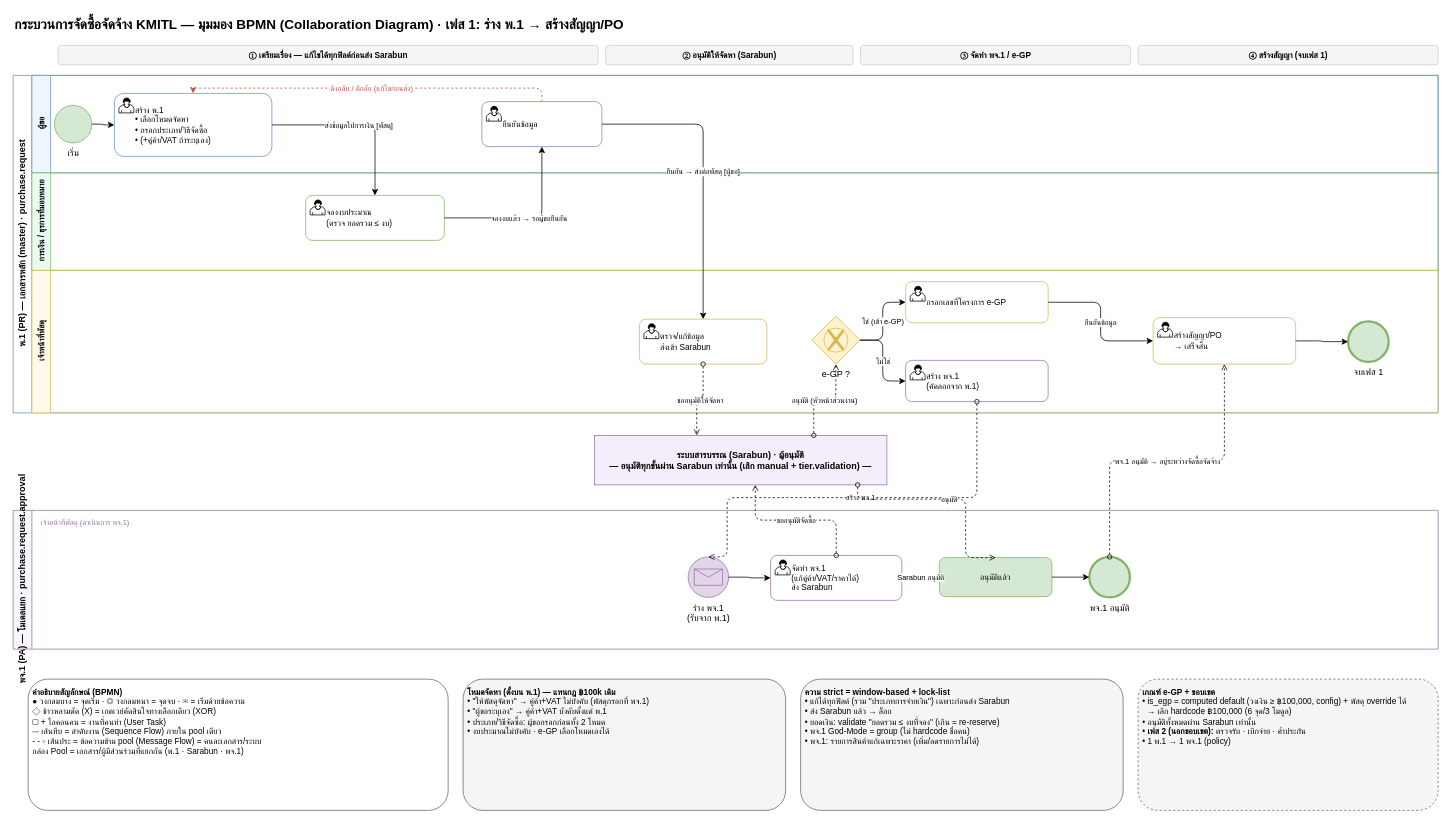
The draw.io diagram docs/adr/purchase-workflow-bpmn.drawio in Aginix/kmitl, before the edit. Source tidied: cells renumbered, new cells numbered last; positions are measured from the earlier drawing's top-left corner, leaving out a move shared by most shapes. Both pictures are drawn from the tidied source at 75%, with x=0, y=0 at pixel (13, 13).
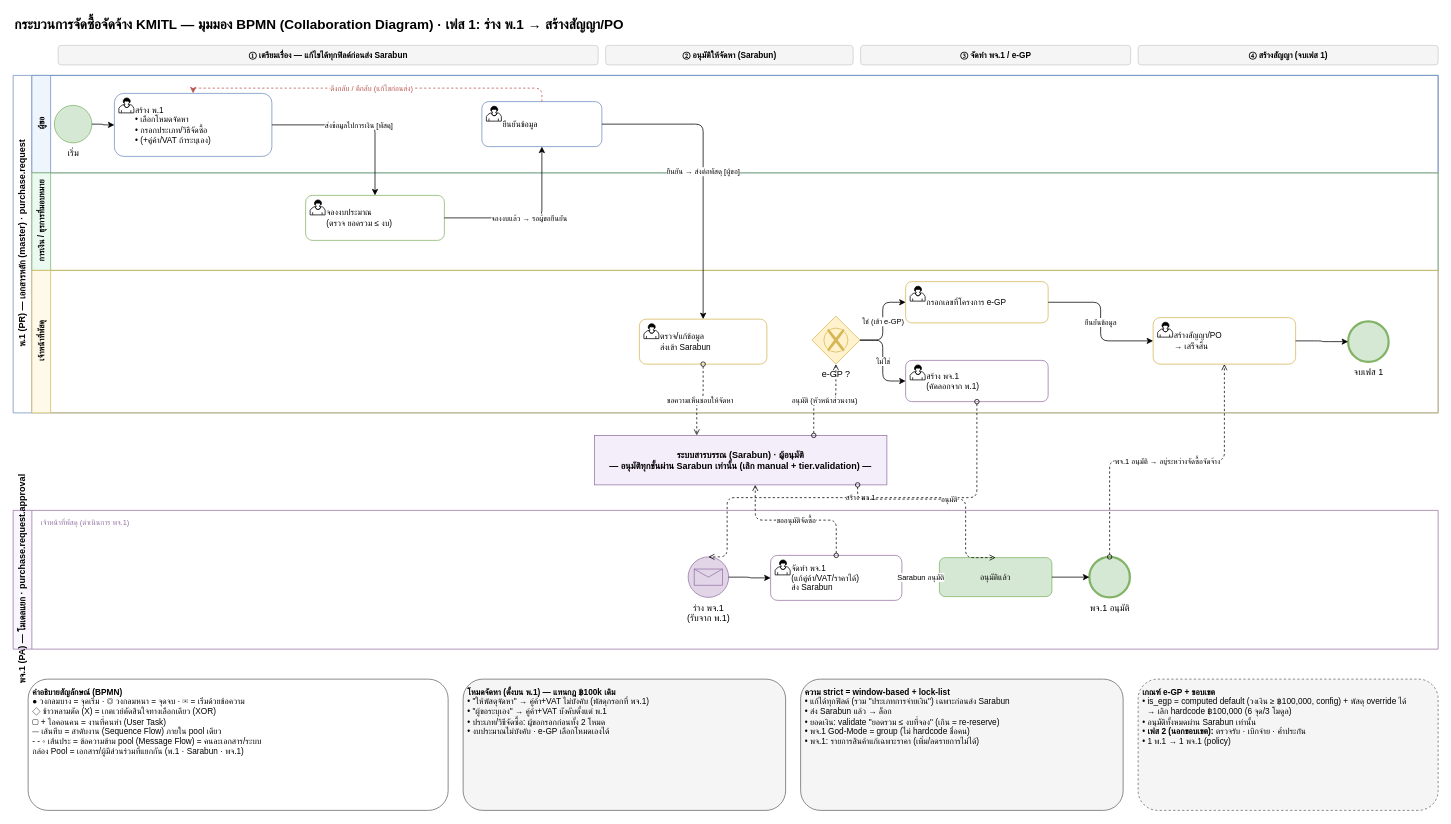
After the change.

Commit message:
[IMP] docs: ปรับข้อความ BPMN จัดซื้อ เป็น "ขอความเห็นชอบให้จัดหา"

เปลี่ยน label ของ message flow จาก พ.1 ไปยัง Sarabun จาก "ขออนุมัติให้จัดหา"
เป็น "ขอความเห็นชอบให้จัดหา"

ส่วนที่เหลือของ diff เป็นการจัดรูปแบบไฟล์ใหม่จากแอป draw.io (ลำดับ attribute,
ระยะย่อหน้า, viewport) ไม่มีการเปลี่ยนแปลงเนื้อหาไดอะแกรม

Unchanged cells that the change refers to:
```xml
<mxCell id="18" value="ตรวจ/แก้ข้อมูล&#10;ส่งเข้า Sarabun" style="rounded=1;whiteSpace=wrap;html=1;fillColor=#ffffff;strokeColor=#d6b656;fontSize=11;align=left;spacingLeft=26;" parent="17" vertex="1">
  <mxGeometry x="810" y="65" width="170" height="60" as="geometry" />
</mxCell>
<mxCell id="28" value="ระบบสารบรรณ (Sarabun) · ผู้อนุมัติ&#10;— อนุมัติทุกขั้นผ่าน Sarabun เท่านั้น (เลิก manual + tier.validation) —" style="rounded=0;whiteSpace=wrap;html=1;fillColor=#f4eefb;strokeColor=#9673a6;fontStyle=1;fontSize=12;verticalAlign=middle;" parent="1" vertex="1">
  <mxGeometry x="775" y="563" width="390" height="66" as="geometry" />
</mxCell>
```

What changed in the source:
```diff
@@
-    <mxCell id="48" value="ขออนุมัติให้จัดหา" style="edgeStyle=orthogonalEdgeStyle;html=1;fontSize=10;dashed=1;startArrow=oval;startFill=0;endArrow=open;endFill=0;exitX=0.5;exitY=1;exitDx=0;exitDy=0;entryX=0.35;entryY=0;entryDx=0;entryDy=0;" parent="1" edge="1" source="18" target="28">
+    <mxCell id="48" value="ขอความเห็นชอบให้จัดหา" style="edgeStyle=orthogonalEdgeStyle;html=1;fontSize=10;dashed=1;startArrow=oval;startFill=0;endArrow=open;endFill=0;exitX=0.5;exitY=1;exitDx=0;exitDy=0;entryX=0.35;entryY=0;entryDx=0;entryDy=0;" parent="1" edge="1" source="18" target="28">
       <mxGeometry relative="1" as="geometry" />
     </mxCell>
```
